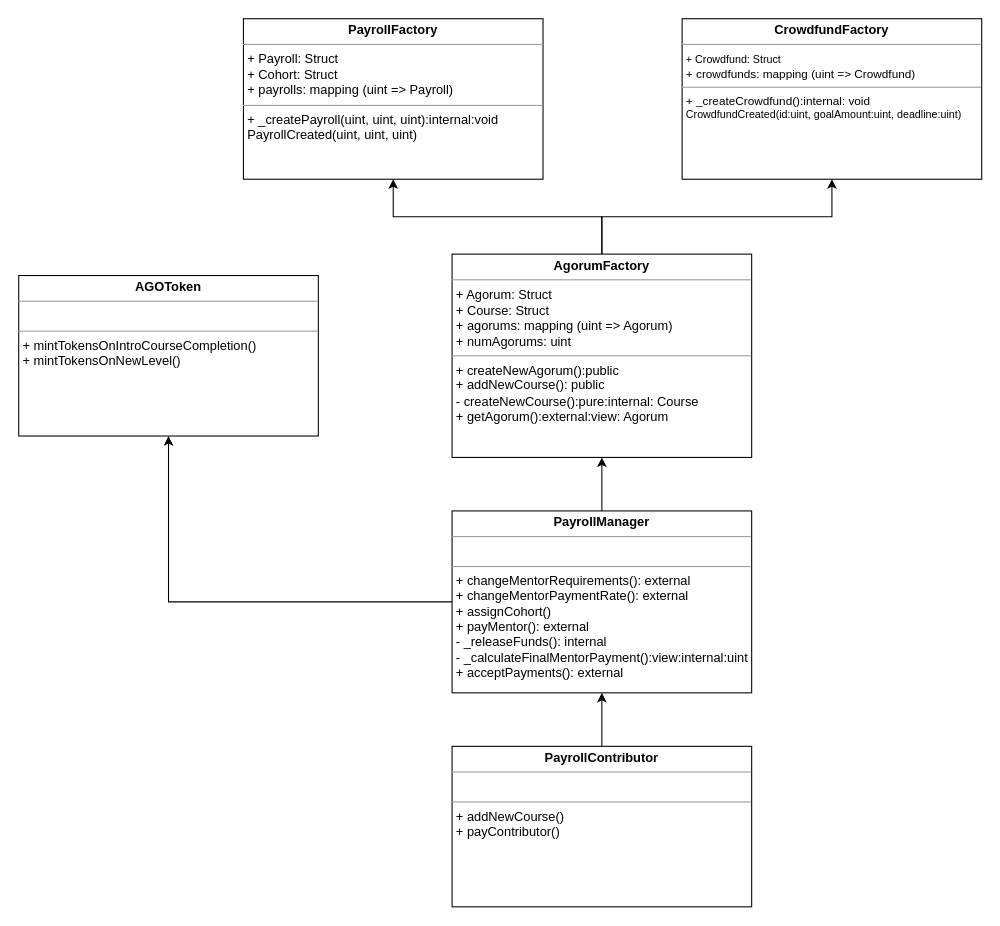
Before: smartcontracts.drawio in oslfmt/lyre, a draw.io diagram. Source tidied: cells renumbered, new cells numbered last; positions are measured from the earlier drawing's top-left corner, leaving out a move shared by most shapes. Both pictures are drawn from the tidied source at 107%, with x=0, y=0 at pixel (18, 18).
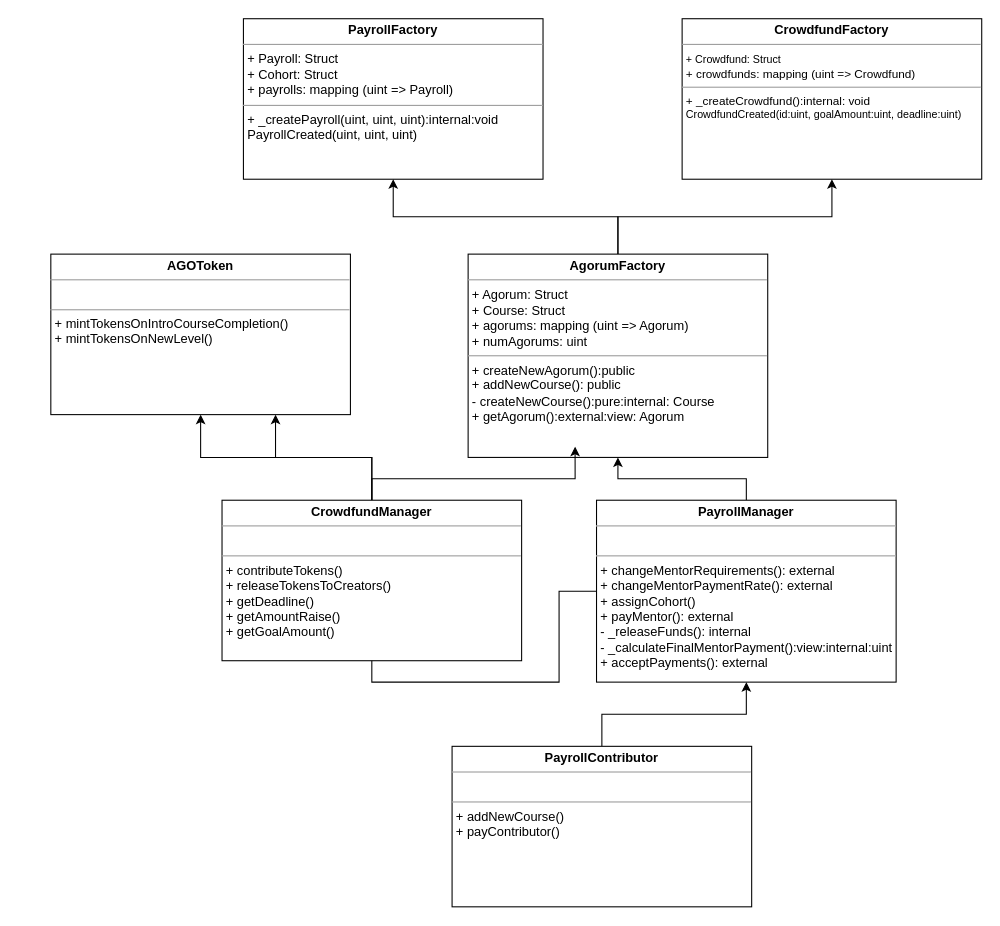
The same page after the edit.

The edit, as a diff of the source:
```diff
@@
 <mxGraphModel>
   <root>
     <mxCell id="0" />
     <mxCell id="1" parent="0" />
     <mxCell id="2" value="&lt;p style=&quot;margin: 0px ; margin-top: 4px ; text-align: center&quot;&gt;&lt;b&gt;PayrollFactory&lt;/b&gt;&lt;/p&gt;&lt;hr size=&quot;1&quot;&gt;&lt;p style=&quot;margin: 0px ; margin-left: 4px&quot;&gt;+ Payroll: Struct&lt;/p&gt;&lt;p style=&quot;margin: 0px ; margin-left: 4px&quot;&gt;+ Cohort: Struct&lt;/p&gt;&lt;p style=&quot;margin: 0px ; margin-left: 4px&quot;&gt;+ payrolls: mapping (uint =&amp;gt; Payroll)&lt;/p&gt;&lt;hr size=&quot;1&quot;&gt;&lt;p style=&quot;margin: 0px ; margin-left: 4px&quot;&gt;+ _createPayroll(uint, uint, uint):internal:void&lt;/p&gt;&lt;p style=&quot;margin: 0px ; margin-left: 4px&quot;&gt;PayrollCreated(uint, uint, uint)&lt;/p&gt;" style="verticalAlign=top;align=left;overflow=fill;fontSize=12;fontFamily=Helvetica;html=1;" parent="1" vertex="1">
       <mxGeometry x="210" width="280" height="150" as="geometry" />
     </mxCell>
     <mxCell id="3" value="&lt;p style=&quot;margin: 0px ; margin-top: 4px ; text-align: center&quot;&gt;&lt;b&gt;&lt;font style=&quot;font-size: 12px&quot;&gt;CrowdfundFactory&lt;/font&gt;&lt;/b&gt;&lt;/p&gt;&lt;hr size=&quot;1&quot;&gt;&lt;p style=&quot;margin: 0px ; margin-left: 4px&quot;&gt;&lt;font style=&quot;font-size: 10px&quot;&gt;+ Crowdfund: Struct&lt;/font&gt;&lt;/p&gt;&lt;p style=&quot;margin: 0px 0px 0px 4px ; font-size: 11px&quot;&gt;&lt;font style=&quot;font-size: 11px&quot;&gt;+ crowdfunds: mapping (uint =&amp;gt; Crowdfund)&lt;/font&gt;&lt;/p&gt;&lt;hr size=&quot;1&quot; style=&quot;font-size: 11px&quot;&gt;&lt;p style=&quot;margin: 0px 0px 0px 4px ; font-size: 11px&quot;&gt;&lt;font style=&quot;font-size: 11px&quot;&gt;+ _createCrowdfund():internal: void&lt;/font&gt;&lt;/p&gt;&lt;p style=&quot;margin: 0px 0px 0px 4px ; font-size: 10px&quot;&gt;&lt;font style=&quot;font-size: 10px&quot;&gt;CrowdfundCreated(id:uint, goalAmount:uint, deadlin&lt;/font&gt;&lt;font style=&quot;font-size: 10px&quot;&gt;e:uint)&lt;/font&gt;&lt;/p&gt;" style="verticalAlign=top;align=left;overflow=fill;fontSize=12;fontFamily=Helvetica;html=1;" parent="1" vertex="1">
       <mxGeometry x="620" width="280" height="150" as="geometry" />
     </mxCell>
     <mxCell id="4" style="edgeStyle=orthogonalEdgeStyle;rounded=0;jettySize=auto;html=1;entryX=0.5;entryY=1;entryDx=0;entryDy=0;" parent="1" edge="1" source="6" target="2">
       <mxGeometry relative="1" as="geometry" />
     </mxCell>
     <mxCell id="5" style="edgeStyle=orthogonalEdgeStyle;rounded=0;jettySize=auto;html=1;" parent="1" edge="1" source="6" target="3">
       <mxGeometry relative="1" as="geometry" />
     </mxCell>
     <mxCell id="6" value="&lt;p style=&quot;margin: 0px ; margin-top: 4px ; text-align: center&quot;&gt;&lt;b&gt;AgorumFactory&lt;/b&gt;&lt;/p&gt;&lt;hr size=&quot;1&quot;&gt;&lt;p style=&quot;margin: 0px ; margin-left: 4px&quot;&gt;+ Agorum: Struct&lt;/p&gt;&lt;p style=&quot;margin: 0px ; margin-left: 4px&quot;&gt;+ Course: Struct&lt;/p&gt;&lt;p style=&quot;margin: 0px ; margin-left: 4px&quot;&gt;+ agorums: mapping (uint =&amp;gt; Agorum)&lt;/p&gt;&lt;p style=&quot;margin: 0px ; margin-left: 4px&quot;&gt;+ numAgorums: uint&lt;/p&gt;&lt;hr size=&quot;1&quot;&gt;&lt;p style=&quot;margin: 0px ; margin-left: 4px&quot;&gt;+ createNewAgorum():public&lt;/p&gt;&lt;p style=&quot;margin: 0px ; margin-left: 4px&quot;&gt;+ addNewCourse(): public&lt;/p&gt;&lt;p style=&quot;margin: 0px ; margin-left: 4px&quot;&gt;- createNewCourse():pure:internal: Course&lt;/p&gt;&lt;p style=&quot;margin: 0px ; margin-left: 4px&quot;&gt;+ getAgorum():external:view: Agorum&lt;/p&gt;" style="verticalAlign=top;align=left;overflow=fill;fontSize=12;fontFamily=Helvetica;html=1;" parent="1" vertex="1">
-      <mxGeometry x="405" y="220" width="280" height="190" as="geometry" />
+      <mxGeometry x="420" y="220" width="280" height="190" as="geometry" />
     </mxCell>
     <mxCell id="7" style="edgeStyle=orthogonalEdgeStyle;rounded=0;jettySize=auto;html=1;entryX=0.5;entryY=1;entryDx=0;entryDy=0;" parent="1" edge="1" source="9" target="6">
       <mxGeometry relative="1" as="geometry" />
     </mxCell>
-    <mxCell id="8" style="edgeStyle=orthogonalEdgeStyle;rounded=0;jettySize=auto;html=1;entryX=0.5;entryY=1;entryDx=0;entryDy=0;" parent="1" edge="1" source="9" target="12">
+    <mxCell id="8" style="edgeStyle=orthogonalEdgeStyle;rounded=0;jettySize=auto;html=1;entryX=0.5;entryY=1;entryDx=0;entryDy=0;startArrow=none;" parent="1" edge="1" source="15" target="12">
       <mxGeometry relative="1" as="geometry" />
     </mxCell>
     <mxCell id="9" value="&lt;p style=&quot;margin: 0px ; margin-top: 4px ; text-align: center&quot;&gt;&lt;b&gt;PayrollManager&lt;/b&gt;&lt;/p&gt;&lt;hr size=&quot;1&quot;&gt;&lt;p style=&quot;margin: 0px ; margin-left: 4px&quot;&gt;&lt;br&gt;&lt;/p&gt;&lt;hr size=&quot;1&quot;&gt;&lt;p style=&quot;margin: 0px ; margin-left: 4px&quot;&gt;+ changeMentorRequirements(): external&lt;/p&gt;&lt;p style=&quot;margin: 0px ; margin-left: 4px&quot;&gt;+ changeMentorPaymentRate(): external&lt;/p&gt;&lt;p style=&quot;margin: 0px ; margin-left: 4px&quot;&gt;+ assignCohort()&lt;/p&gt;&lt;p style=&quot;margin: 0px ; margin-left: 4px&quot;&gt;+ payMentor(): external&lt;/p&gt;&lt;p style=&quot;margin: 0px ; margin-left: 4px&quot;&gt;- _releaseFunds(): internal&lt;/p&gt;&lt;p style=&quot;margin: 0px ; margin-left: 4px&quot;&gt;- _calculateFinalMentorPayment():view:internal:uint&lt;/p&gt;&lt;p style=&quot;margin: 0px ; margin-left: 4px&quot;&gt;+ acceptPayments(): external&lt;/p&gt;" style="verticalAlign=top;align=left;overflow=fill;fontSize=12;fontFamily=Helvetica;html=1;" parent="1" vertex="1">
-      <mxGeometry x="405" y="460" width="280" height="170" as="geometry" />
+      <mxGeometry x="540" y="450" width="280" height="170" as="geometry" />
     </mxCell>
     <mxCell id="10" style="edgeStyle=orthogonalEdgeStyle;rounded=0;jettySize=auto;html=1;entryX=0.5;entryY=1;entryDx=0;entryDy=0;" parent="1" edge="1" source="11" target="9">
       <mxGeometry relative="1" as="geometry" />
     </mxCell>
     <mxCell id="11" value="&lt;p style=&quot;margin: 0px ; margin-top: 4px ; text-align: center&quot;&gt;&lt;b&gt;PayrollContributor&lt;/b&gt;&lt;/p&gt;&lt;hr size=&quot;1&quot;&gt;&lt;p style=&quot;margin: 0px ; margin-left: 4px&quot;&gt;&lt;br&gt;&lt;/p&gt;&lt;hr size=&quot;1&quot;&gt;&lt;p style=&quot;margin: 0px ; margin-left: 4px&quot;&gt;+ addNewCourse()&lt;/p&gt;&lt;p style=&quot;margin: 0px ; margin-left: 4px&quot;&gt;+ payContributor()&lt;/p&gt;" style="verticalAlign=top;align=left;overflow=fill;fontSize=12;fontFamily=Helvetica;html=1;" parent="1" vertex="1">
       <mxGeometry x="405" y="680" width="280" height="150" as="geometry" />
     </mxCell>
     <mxCell id="12" value="&lt;p style=&quot;margin: 0px ; margin-top: 4px ; text-align: center&quot;&gt;&lt;b&gt;AGOToken&lt;/b&gt;&lt;/p&gt;&lt;hr size=&quot;1&quot;&gt;&lt;p style=&quot;margin: 0px ; margin-left: 4px&quot;&gt;&lt;br&gt;&lt;/p&gt;&lt;hr size=&quot;1&quot;&gt;&lt;p style=&quot;margin: 0px ; margin-left: 4px&quot;&gt;+ mintTokensOnIntroCourseCompletion()&lt;/p&gt;&lt;p style=&quot;margin: 0px ; margin-left: 4px&quot;&gt;+ mintTokensOnNewLevel()&lt;/p&gt;" style="verticalAlign=top;align=left;overflow=fill;fontSize=12;fontFamily=Helvetica;html=1;" parent="1" vertex="1">
-      <mxGeometry y="240" width="280" height="150" as="geometry" />
+      <mxGeometry x="30" y="220" width="280" height="150" as="geometry" />
     </mxCell>
+    <mxCell id="13" style="edgeStyle=orthogonalEdgeStyle;rounded=0;jettySize=auto;html=1;entryX=0.357;entryY=0.947;entryDx=0;entryDy=0;entryPerimeter=0;" parent="1" edge="1" source="15" target="6">
+      <mxGeometry relative="1" as="geometry" />
+    </mxCell>
+    <mxCell id="14" style="edgeStyle=orthogonalEdgeStyle;rounded=0;jettySize=auto;html=1;entryX=0.75;entryY=1;entryDx=0;entryDy=0;" parent="1" edge="1" source="15" target="12">
+      <mxGeometry relative="1" as="geometry" />
+    </mxCell>
+    <mxCell id="15" value="&lt;p style=&quot;margin: 0px ; margin-top: 4px ; text-align: center&quot;&gt;&lt;b&gt;CrowdfundManager&lt;/b&gt;&lt;/p&gt;&lt;hr size=&quot;1&quot;&gt;&lt;p style=&quot;margin: 0px ; margin-left: 4px&quot;&gt;&lt;br&gt;&lt;/p&gt;&lt;hr size=&quot;1&quot;&gt;&lt;p style=&quot;margin: 0px ; margin-left: 4px&quot;&gt;+ contributeTokens()&lt;/p&gt;&lt;p style=&quot;margin: 0px ; margin-left: 4px&quot;&gt;+ releaseTokensToCreators()&lt;/p&gt;&lt;p style=&quot;margin: 0px ; margin-left: 4px&quot;&gt;+ getDeadline()&lt;/p&gt;&lt;p style=&quot;margin: 0px ; margin-left: 4px&quot;&gt;+ getAmountRaise()&lt;/p&gt;&lt;p style=&quot;margin: 0px ; margin-left: 4px&quot;&gt;+ getGoalAmount()&lt;/p&gt;" style="verticalAlign=top;align=left;overflow=fill;fontSize=12;fontFamily=Helvetica;html=1;" parent="1" vertex="1">
+      <mxGeometry x="190" y="450" width="280" height="150" as="geometry" />
+    </mxCell>
+    <mxCell id="16" style="edgeStyle=orthogonalEdgeStyle;rounded=0;jettySize=auto;html=1;entryX=0.5;entryY=1;entryDx=0;entryDy=0;endArrow=none;" parent="1" edge="1" source="9" target="15">
+      <mxGeometry relative="1" as="geometry" />
+    </mxCell>
   </root>
 </mxGraphModel>
```
